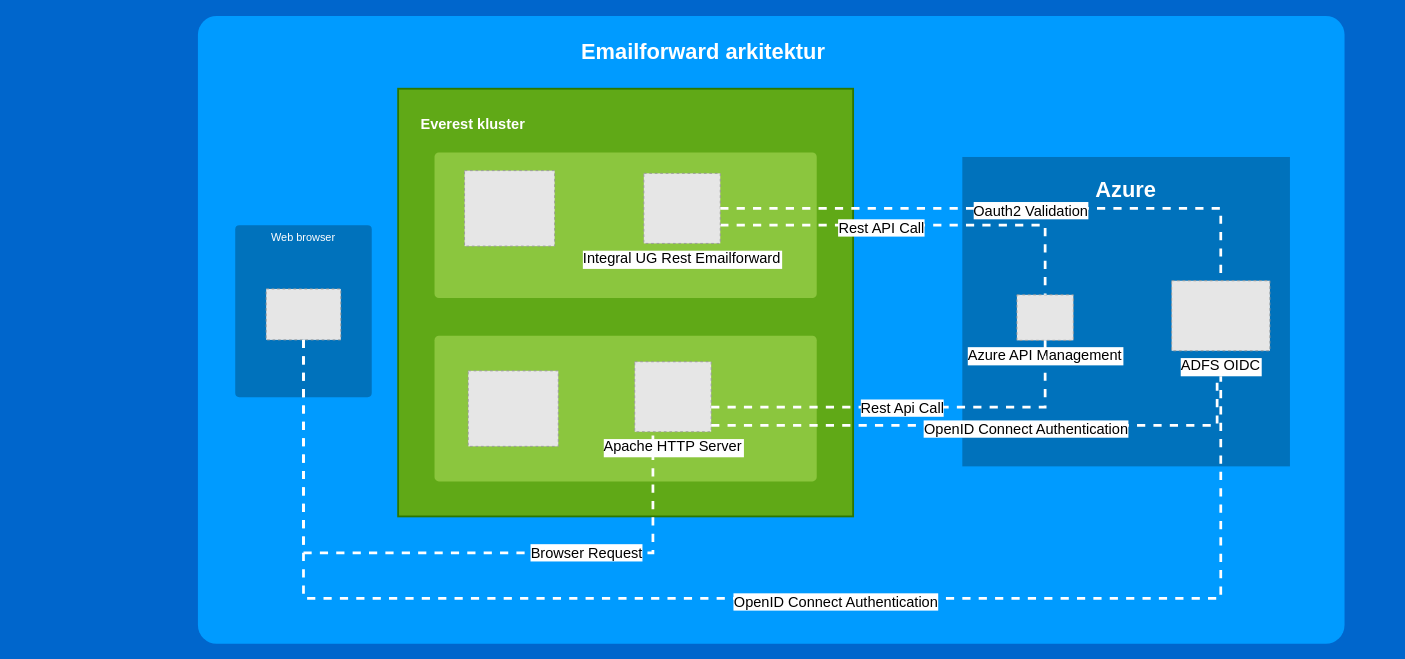
This is Untitled Diagram.drawio from ssundkvist/cxf, a draw.io file, before an edit. Source tidied: cells renumbered, new cells numbered last; positions are measured from the earlier drawing's top-left corner, leaving out a move shared by most shapes. Both pictures are drawn from the tidied source at 91%, with x=0, y=0 at pixel (15, 15). Pictures stored in the file or linked from it are replaced by grey dashed boxes.
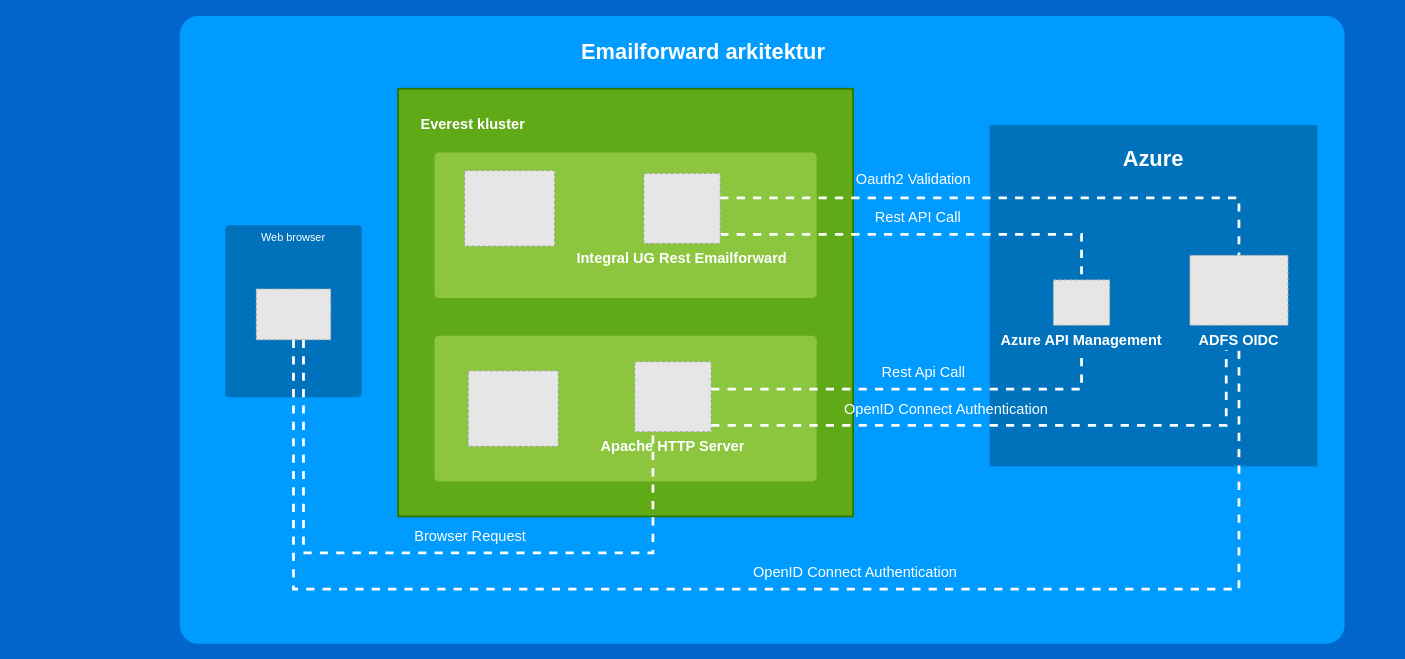
After the change.

The change refers to these unchanged cells:
```xml
<mxCell id="9" style="edgeStyle=orthogonalEdgeStyle;html=1;startArrow=none;startFill=0;startSize=10;endArrow=none;endFill=0;endSize=10;strokeWidth=3;fontSize=11;fontColor=#FFFFFF;strokeColor=#FFFFFF;dashed=1;rounded=0;" parent="1" edge="1" source="8" target="11">
  <mxGeometry relative="1" as="geometry">
    <Array as="points">
      <mxPoint x="316" y="590" />
      <mxPoint x="700" y="590" />
    </Array>
  </mxGeometry>
</mxCell>
```

What changed in the source:
```diff
@@
     <mxCell id="2" style="whiteSpace=wrap;html=1;rounded=1;shadow=0;strokeColor=none;strokeWidth=2;fillColor=#009BFF;fontSize=20;fontColor=#FFFFFF;align=center;arcSize=3;verticalAlign=top;spacingTop=4;" parent="1" vertex="1">
-      <mxGeometry x="200" width="1260" height="690" as="geometry" />
+      <mxGeometry x="180" width="1280" height="690" as="geometry" />
     </mxCell>
@@
     <mxCell id="4" value="Web browser" style="rounded=1;whiteSpace=wrap;html=1;shadow=0;strokeWidth=2;fillColor=#0072BC;fontSize=12;fontColor=#FFFFFF;align=center;strokeColor=none;arcSize=3;verticalAlign=top;" parent="1" vertex="1">
-      <mxGeometry x="241" y="230" width="150" height="189" as="geometry" />
+      <mxGeometry x="230" y="230" width="150" height="189" as="geometry" />
     </mxCell>
@@
     <mxCell id="6" value="&lt;h1&gt;Azure&lt;/h1&gt;" style="rounded=0;whiteSpace=wrap;html=1;shadow=0;strokeWidth=2;fillColor=#0072BC;fontSize=12;fontColor=#FFFFFF;align=center;strokeColor=none;arcSize=3;verticalAlign=top;" parent="1" vertex="1">
-      <mxGeometry x="1040" y="155" width="360" height="340" as="geometry" />
+      <mxGeometry x="1070" y="120" width="360" height="375" as="geometry" />
     </mxCell>
@@
     <mxCell id="8" style="fillColor=#E6E6E6;strokeColor=#999999;dashed=1;verticalLabelPosition=bottom;labelBackgroundColor=#ffffff;verticalAlign=top;" parent="1" vertex="1">
-      <mxGeometry x="275" y="300" width="82" height="56" as="geometry" />
+      <mxGeometry x="264" y="300" width="82" height="56" as="geometry" />
     </mxCell>
@@
-    <mxCell id="10" value="&lt;font style=&quot;font-size: 16px&quot;&gt;Browser Request&lt;br&gt;&lt;/font&gt;" style="edgeLabel;html=1;align=center;verticalAlign=middle;" parent="9" vertex="1">
-      <mxGeometry x="0.45" y="1" relative="1" as="geometry" />
+    <mxCell id="10" value="&lt;font style=&quot;font-size: 16px&quot;&gt;Browser Request&lt;br&gt;&lt;/font&gt;" style="edgeLabel;html=1;align=center;verticalAlign=middle;labelBackgroundColor=none;fontColor=#FFFFFF;" parent="9" vertex="1">
+      <mxGeometry x="0.45" y="1" relative="1" as="geometry">
+        <mxPoint x="-128" y="-19" as="offset" />
+      </mxGeometry>
     </mxCell>
-    <mxCell id="11" value="Apache HTTP Server" style="fillColor=#E6E6E6;strokeColor=#999999;dashed=1;verticalLabelPosition=bottom;labelBackgroundColor=#ffffff;verticalAlign=top;fontSize=16;" parent="1" vertex="1">
+    <mxCell id="11" value="Apache HTTP Server" style="fillColor=#E6E6E6;strokeColor=#999999;dashed=1;verticalLabelPosition=bottom;labelBackgroundColor=none;verticalAlign=top;fontSize=16;fontColor=#FFFFFF;fontStyle=1;" parent="1" vertex="1">
       <mxGeometry x="680" y="380" width="84" height="77" as="geometry" />
     </mxCell>
-    <mxCell id="12" value="Azure API Management" style="fillColor=#E6E6E6;strokeColor=#999999;dashed=1;verticalLabelPosition=bottom;labelBackgroundColor=#ffffff;verticalAlign=top;fontSize=16;" parent="1" vertex="1">
-      <mxGeometry x="1100" y="306.5" width="62" height="50" as="geometry" />
+    <mxCell id="12" value="Azure API Management" style="fillColor=#E6E6E6;strokeColor=#999999;dashed=1;verticalLabelPosition=bottom;labelBackgroundColor=none;verticalAlign=top;fontSize=16;fontColor=#FFFFFF;fontStyle=1;" parent="1" vertex="1">
+      <mxGeometry x="1140" y="290" width="62" height="50" as="geometry" />
     </mxCell>
-    <mxCell id="13" style="edgeStyle=orthogonalEdgeStyle;html=1;startArrow=none;startFill=0;startSize=10;endArrow=none;endFill=0;endSize=10;strokeWidth=3;fontSize=11;fontColor=#FFFFFF;strokeColor=#FFFFFF;dashed=1;rounded=0;" parent="1" edge="1" source="11" target="12">
+    <mxCell id="13" style="edgeStyle=orthogonalEdgeStyle;html=1;startArrow=none;startFill=0;startSize=10;endArrow=none;endFill=0;endSize=10;strokeWidth=3;fontSize=11;fontColor=#FFFFFF;strokeColor=#FFFFFF;dashed=1;rounded=0;targetPerimeterSpacing=36;" parent="1" edge="1" source="11" target="12">
       <mxGeometry relative="1" as="geometry">
         <Array as="points">
-          <mxPoint x="1131" y="430" />
+          <mxPoint x="1171" y="410" />
         </Array>
       </mxGeometry>
     </mxCell>
-    <mxCell id="14" value="&lt;font style=&quot;font-size: 16px&quot;&gt;Rest Api Call&lt;/font&gt;" style="edgeLabel;html=1;align=center;verticalAlign=middle;" parent="13" vertex="1">
-      <mxGeometry x="-0.05" relative="1" as="geometry" />
+    <mxCell id="14" value="&lt;font style=&quot;font-size: 16px&quot; color=&quot;#FFFFFF&quot;&gt;Rest Api Call&lt;/font&gt;" style="edgeLabel;html=1;align=center;verticalAlign=middle;labelBackgroundColor=none;" parent="13" vertex="1">
+      <mxGeometry x="-0.05" relative="1" as="geometry">
+        <mxPoint x="23" y="-20" as="offset" />
+      </mxGeometry>
     </mxCell>
@@
     <mxCell id="18" style="edgeStyle=orthogonalEdgeStyle;html=1;startArrow=none;startFill=0;startSize=10;endArrow=none;endFill=0;endSize=10;strokeWidth=3;fontSize=11;fontColor=#FFFFFF;strokeColor=#FFFFFF;dashed=1;rounded=0;" parent="1" edge="1" source="20" target="12">
       <mxGeometry relative="1" as="geometry">
         <Array as="points">
-          <mxPoint x="1131" y="230" />
+          <mxPoint x="1171" y="240" />
         </Array>
       </mxGeometry>
     </mxCell>
-    <mxCell id="19" value="&lt;font style=&quot;font-size: 16px&quot;&gt;Rest API Call&lt;/font&gt;" style="edgeLabel;html=1;align=center;verticalAlign=middle;" parent="18" vertex="1">
-      <mxGeometry x="-0.19" y="-2" relative="1" as="geometry" />
+    <mxCell id="19" value="&lt;font style=&quot;font-size: 16px&quot; color=&quot;#FFFFFF&quot;&gt;Rest API Call&lt;/font&gt;" style="edgeLabel;html=1;align=center;verticalAlign=middle;labelBackgroundColor=none;" parent="18" vertex="1">
+      <mxGeometry x="-0.19" y="-2" relative="1" as="geometry">
+        <mxPoint x="35" y="-22" as="offset" />
+      </mxGeometry>
     </mxCell>
-    <mxCell id="20" value="Integral UG Rest Emailforward" style="fillColor=#E6E6E6;strokeColor=#999999;dashed=1;verticalLabelPosition=bottom;labelBackgroundColor=#ffffff;verticalAlign=top;fontSize=16;" parent="1" vertex="1">
+    <mxCell id="20" value="Integral UG Rest Emailforward" style="fillColor=#E6E6E6;strokeColor=#999999;dashed=1;verticalLabelPosition=bottom;labelBackgroundColor=none;verticalAlign=top;fontSize=16;fontColor=#FFFFFF;fontStyle=1;" parent="1" vertex="1">
       <mxGeometry x="690" y="173" width="84" height="77" as="geometry" />
     </mxCell>
-    <mxCell id="21" value="ADFS OIDC" style="fillColor=#E6E6E6;strokeColor=#999999;dashed=1;verticalLabelPosition=bottom;labelBackgroundColor=#ffffff;verticalAlign=top;fontSize=16;" parent="1" vertex="1">
-      <mxGeometry x="1270" y="291" width="108" height="77" as="geometry" />
+    <mxCell id="21" value="ADFS OIDC" style="fillColor=#E6E6E6;strokeColor=#999999;dashed=1;verticalLabelPosition=bottom;labelBackgroundColor=none;verticalAlign=top;fontSize=16;fontColor=#FFFFFF;fontStyle=1;" parent="1" vertex="1">
+      <mxGeometry x="1290" y="263" width="108" height="77" as="geometry" />
     </mxCell>
     <mxCell id="22" style="edgeStyle=orthogonalEdgeStyle;html=1;startArrow=none;startFill=0;startSize=10;endArrow=none;endFill=0;endSize=10;strokeWidth=3;fontSize=11;fontColor=#FFFFFF;strokeColor=#FFFFFF;dashed=1;rounded=0;targetPerimeterSpacing=27;" parent="1" edge="1" source="11" target="21">
       <mxGeometry relative="1" as="geometry">
         <Array as="points">
-          <mxPoint x="1320" y="450" />
+          <mxPoint x="1330" y="450" />
         </Array>
       </mxGeometry>
     </mxCell>
-    <mxCell id="23" value="&lt;font style=&quot;font-size: 16px&quot;&gt;OpenID Connect Authentication&lt;/font&gt;" style="edgeLabel;html=1;align=center;verticalAlign=middle;" parent="22" vertex="1">
-      <mxGeometry x="0.13" y="-3" relative="1" as="geometry" />
+    <mxCell id="23" value="&lt;font style=&quot;font-size: 16px&quot; color=&quot;#FFFFFF&quot;&gt;OpenID Connect Authentication&lt;/font&gt;" style="edgeLabel;html=1;align=center;verticalAlign=middle;labelBackgroundColor=none;" parent="22" vertex="1">
+      <mxGeometry x="0.13" y="-3" relative="1" as="geometry">
+        <mxPoint x="-110" y="-21.5" as="offset" />
+      </mxGeometry>
     </mxCell>
     <mxCell id="24" style="edgeStyle=orthogonalEdgeStyle;html=1;startArrow=none;startFill=0;startSize=10;endArrow=none;endFill=0;endSize=10;strokeWidth=3;fontSize=11;fontColor=#FFFFFF;strokeColor=#FFFFFF;dashed=1;rounded=0;jumpStyle=none;targetPerimeterSpacing=28;" parent="1" edge="1" source="8" target="21">
       <mxGeometry relative="1" as="geometry">
         <Array as="points">
-          <mxPoint x="316" y="640" />
-          <mxPoint x="1324" y="640" />
+          <mxPoint x="305" y="630" />
+          <mxPoint x="1344" y="630" />
         </Array>
       </mxGeometry>
     </mxCell>
-    <mxCell id="25" value="&lt;font style=&quot;font-size: 16px&quot;&gt;OpenID Connect Authentication&lt;/font&gt;" style="edgeLabel;html=1;align=center;verticalAlign=middle;" parent="24" vertex="1">
-      <mxGeometry x="0.13" y="-3" relative="1" as="geometry" />
+    <mxCell id="25" value="&lt;font style=&quot;font-size: 16px&quot;&gt;OpenID Connect Authentication&lt;/font&gt;" style="edgeLabel;html=1;align=center;verticalAlign=middle;labelBackgroundColor=none;fontColor=#FFFFFF;" parent="24" vertex="1">
+      <mxGeometry x="0.13" y="-3" relative="1" as="geometry">
+        <mxPoint y="-23" as="offset" />
+      </mxGeometry>
     </mxCell>
     <mxCell id="26" style="edgeStyle=orthogonalEdgeStyle;html=1;startArrow=none;startFill=0;startSize=10;endArrow=none;endFill=0;endSize=0;strokeWidth=3;fontSize=20;fontColor=#FFFFFF;strokeColor=#FFFFFF;dashed=1;rounded=0;targetPerimeterSpacing=0;" parent="1" edge="1" source="20" target="21">
       <mxGeometry relative="1" as="geometry">
         <Array as="points">
-          <mxPoint x="1324" y="212" />
+          <mxPoint x="1344" y="200" />
         </Array>
       </mxGeometry>
     </mxCell>
-    <mxCell id="27" value="&lt;font style=&quot;font-size: 16px&quot;&gt;Oauth2 Validation&lt;/font&gt;" style="edgeLabel;html=1;align=center;verticalAlign=middle;" parent="26" vertex="1">
-      <mxGeometry x="0.08" y="-2" relative="1" as="geometry" />
+    <mxCell id="27" value="&lt;font style=&quot;font-size: 16px&quot;&gt;Oauth2 Validation&lt;/font&gt;" style="edgeLabel;html=1;align=center;verticalAlign=middle;labelBackgroundColor=none;fontColor=#FFFFFF;" parent="26" vertex="1">
+      <mxGeometry x="0.08" y="-2" relative="1" as="geometry">
+        <mxPoint x="-131" y="-23.5" as="offset" />
+      </mxGeometry>
     </mxCell>
```
